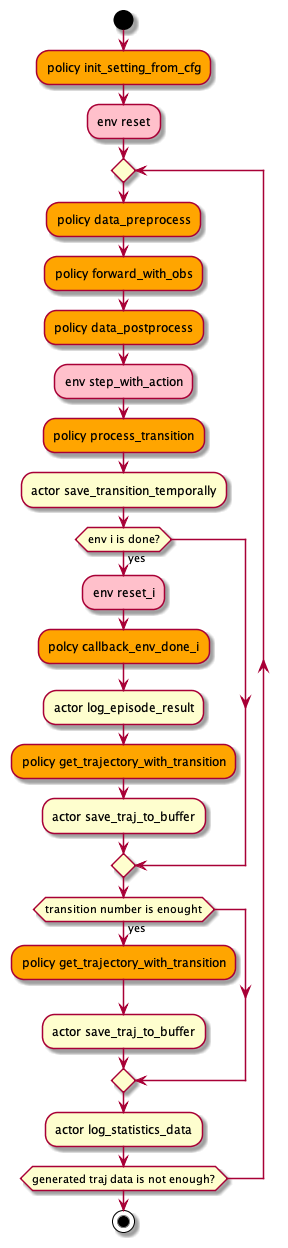
Before: nervex/design/serial_actor.png, a diagram exported from PlantUML (opendilab/DI-engine).
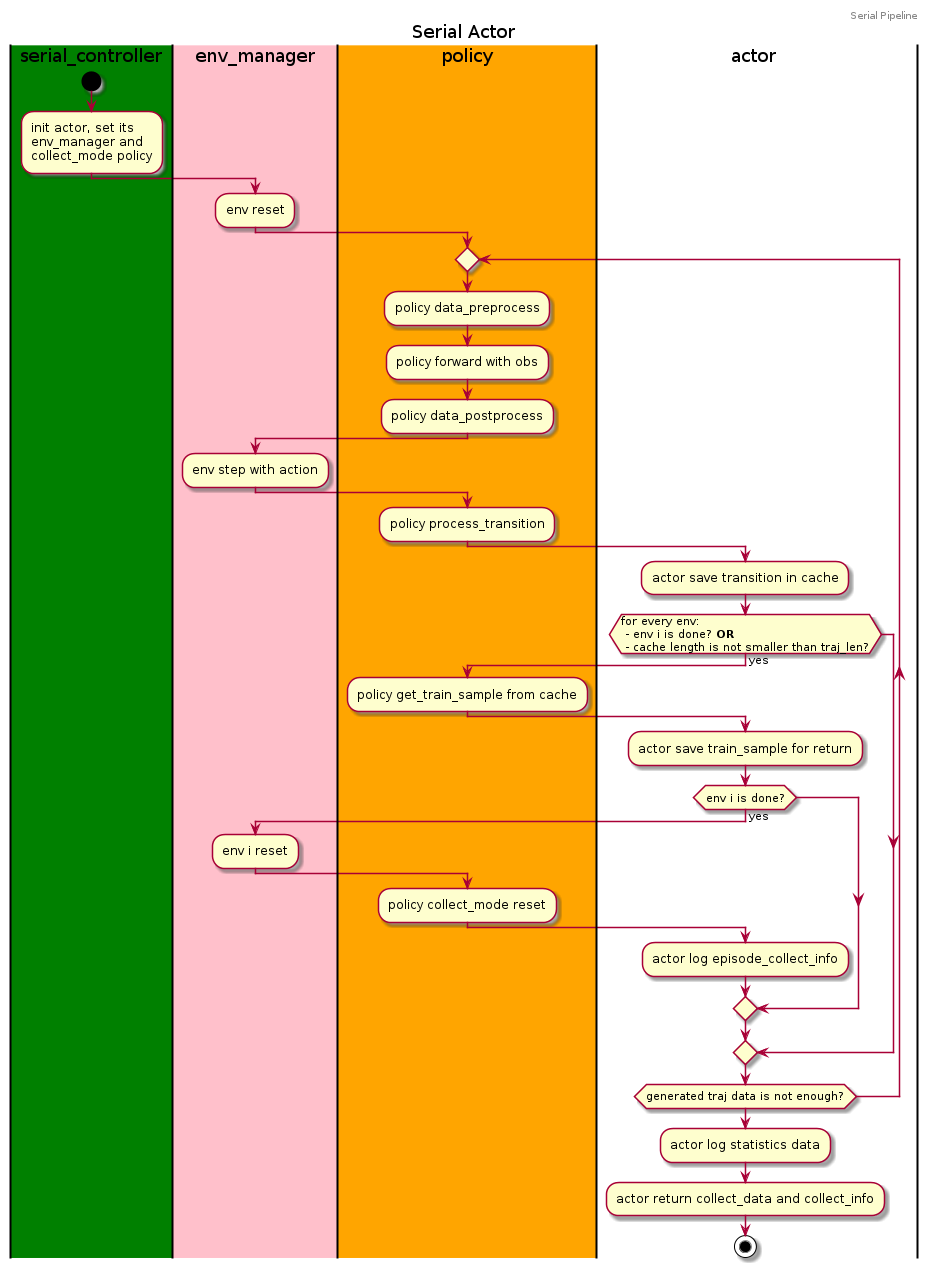
The same diagram one commit later.

Commit message:
modify serial design uml

Diff of the diagram source:
```diff
@@ -1,27 +1,45 @@
 @startuml
+header Serial Pipeline
+title Serial Actor
+
+|#green|serial_controller|
+|#pink|env_manager|
+|#orange|policy|
+|actor|
+
+|#green|serial_controller|
 start
-#orange:policy init_setting_from_cfg;
-#pink:env reset;
+:init actor, set its \nenv_manager and \ncollect_mode policy;
+|#pink|env_manager|
+:env reset;
 repeat
-  #orange:policy data_preprocess;
-  #orange:policy forward_with_obs;
-  #orange:policy data_postprocess;
-  #pink:env step_with_action;
-  #orange:policy process_transition;
-  :actor save_transition_temporally;
-  if (env i is done?) then (yes)
-    #pink:env reset_i;
-    #orange:polcy callback_env_done_i;
-    :actor log_episode_result;
-    #orange:policy get_trajectory_with_transition;
-    :actor save_traj_to_buffer;
+  |#orange|policy|
+  :policy data_preprocess;
+  :policy forward with obs;
+  :policy data_postprocess;
+  |#pink|env_manager|
+  :env step with action;
+  |#orange|policy|
+  :policy process_transition;
+  |actor|
+  :actor save transition in cache;
+  if (for every env: \n - env i is done? <b>OR</b> \n - cache length is not smaller than traj_len?) then (yes)
+    |#orange|policy|
+    :policy get_train_sample from cache;
+    |actor|
+    :actor save train_sample for return;
+    if (env i is done?) then (yes)
+      |#pink|env_manager|
+      :env i reset;
+      |#orange|policy|
+      :policy collect_mode reset;
+      |actor|
+      :actor log episode_collect_info;
+    endif
   endif
-  if (transition number is enought) then (yes)
-    #orange:policy get_trajectory_with_transition;
-    :actor save_traj_to_buffer;
-  endif
-  :actor log_statistics_data;
 repeat while (generated traj data is not enough?)
-
+|actor|
+:actor log statistics data;
+:actor return collect_data and collect_info;
 stop
 @enduml
```
